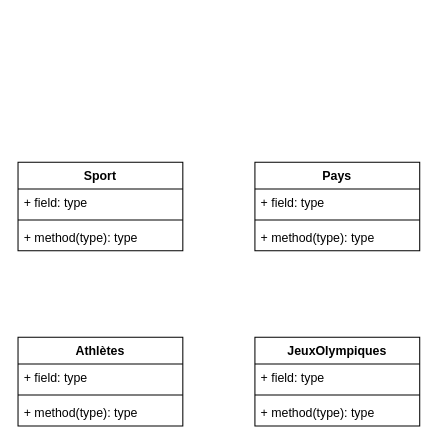
Before: Diagramme sans nom.drawio in alexisnisol/JeuxOlympiques, a draw.io diagram. Source tidied: cells renumbered, new cells numbered last; positions are measured from the earlier drawing's top-left corner, leaving out a move shared by most shapes. Both pictures are drawn from the tidied source at 103%, with x=0, y=0 at pixel (18, 162).
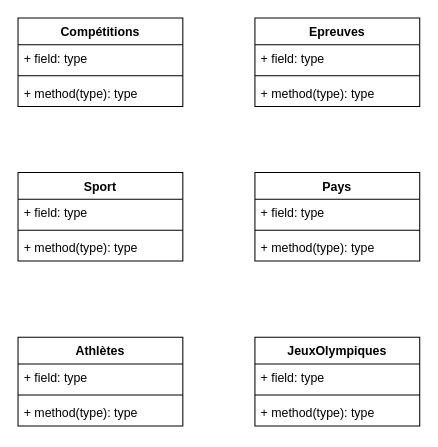
Above is the later version.

Commit message (it also covers changes not shown here):
Mettre à jour Diagramme sans nom.drawio

Diff of the diagram source:
```diff
@@
     <mxCell id="2" value="Sport" style="swimlane;fontStyle=1;align=center;verticalAlign=top;horizontal=1;startSize=26;whiteSpace=wrap;html=1;" parent="1" vertex="1">
-      <mxGeometry width="160" height="86" as="geometry" />
+      <mxGeometry y="10" width="160" height="86" as="geometry" />
     </mxCell>
@@
     <mxCell id="6" value="Pays" style="swimlane;fontStyle=1;align=center;verticalAlign=top;horizontal=1;startSize=26;whiteSpace=wrap;html=1;" parent="1" vertex="1">
-      <mxGeometry x="230" width="160" height="86" as="geometry" />
+      <mxGeometry x="230" y="10" width="160" height="86" as="geometry" />
     </mxCell>
@@
+    <mxCell id="18" value="Compétitions" style="swimlane;fontStyle=1;align=center;verticalAlign=top;horizontal=1;startSize=26;whiteSpace=wrap;html=1;" parent="1" vertex="1">
+      <mxGeometry y="-140" width="160" height="86" as="geometry" />
+    </mxCell>
+    <mxCell id="19" value="+ field: type" style="text;strokeColor=none;fillColor=none;align=left;verticalAlign=top;spacingLeft=4;spacingRight=4;overflow=hidden;whiteSpace=wrap;html=1;" parent="18" vertex="1">
+      <mxGeometry y="26" width="160" height="26" as="geometry" />
+    </mxCell>
+    <mxCell id="20" style="line;strokeWidth=1;fillColor=none;align=left;verticalAlign=middle;spacingTop=-1;spacingLeft=3;spacingRight=3;labelPosition=right;strokeColor=inherit;" parent="18" vertex="1">
+      <mxGeometry y="52" width="160" height="8" as="geometry" />
+    </mxCell>
+    <mxCell id="21" value="+ method(type): type" style="text;strokeColor=none;fillColor=none;align=left;verticalAlign=top;spacingLeft=4;spacingRight=4;overflow=hidden;whiteSpace=wrap;html=1;" parent="18" vertex="1">
+      <mxGeometry y="60" width="160" height="26" as="geometry" />
+    </mxCell>
+    <mxCell id="22" value="Epreuves" style="swimlane;fontStyle=1;align=center;verticalAlign=top;horizontal=1;startSize=26;whiteSpace=wrap;html=1;" parent="1" vertex="1">
+      <mxGeometry x="230" y="-140" width="160" height="86" as="geometry" />
+    </mxCell>
+    <mxCell id="23" value="+ field: type" style="text;strokeColor=none;fillColor=none;align=left;verticalAlign=top;spacingLeft=4;spacingRight=4;overflow=hidden;whiteSpace=wrap;html=1;" parent="22" vertex="1">
+      <mxGeometry y="26" width="160" height="26" as="geometry" />
+    </mxCell>
+    <mxCell id="24" style="line;strokeWidth=1;fillColor=none;align=left;verticalAlign=middle;spacingTop=-1;spacingLeft=3;spacingRight=3;labelPosition=right;strokeColor=inherit;" parent="22" vertex="1">
+      <mxGeometry y="52" width="160" height="8" as="geometry" />
+    </mxCell>
+    <mxCell id="25" value="+ method(type): type" style="text;strokeColor=none;fillColor=none;align=left;verticalAlign=top;spacingLeft=4;spacingRight=4;overflow=hidden;whiteSpace=wrap;html=1;" parent="22" vertex="1">
+      <mxGeometry y="60" width="160" height="26" as="geometry" />
+    </mxCell>
```
